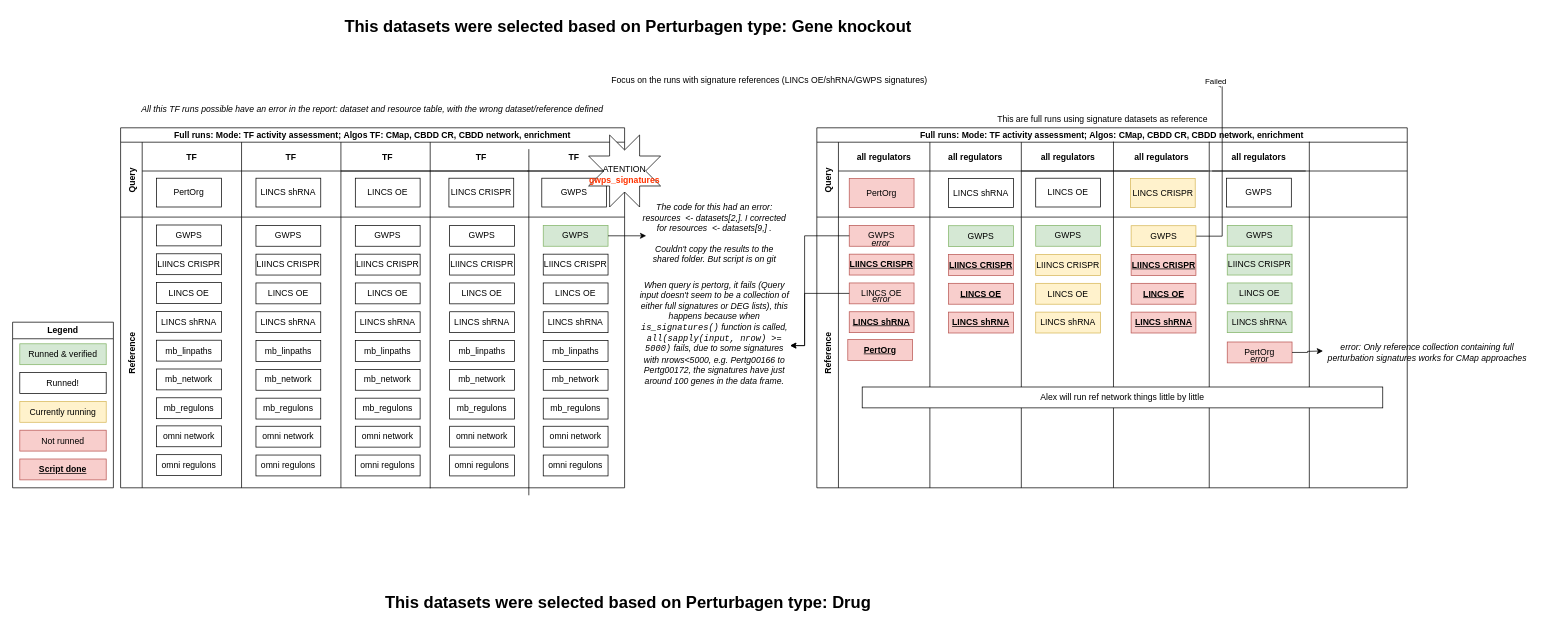
Before: run_results_tracker.drawio in mivgomes/drawio, a draw.io diagram. Source tidied: cells renumbered, new cells numbered last; positions are measured from the earlier drawing's top-left corner, leaving out a move shared by most shapes. Both pictures are drawn from the tidied source at 72%, with x=0, y=0 at pixel (12, 12).
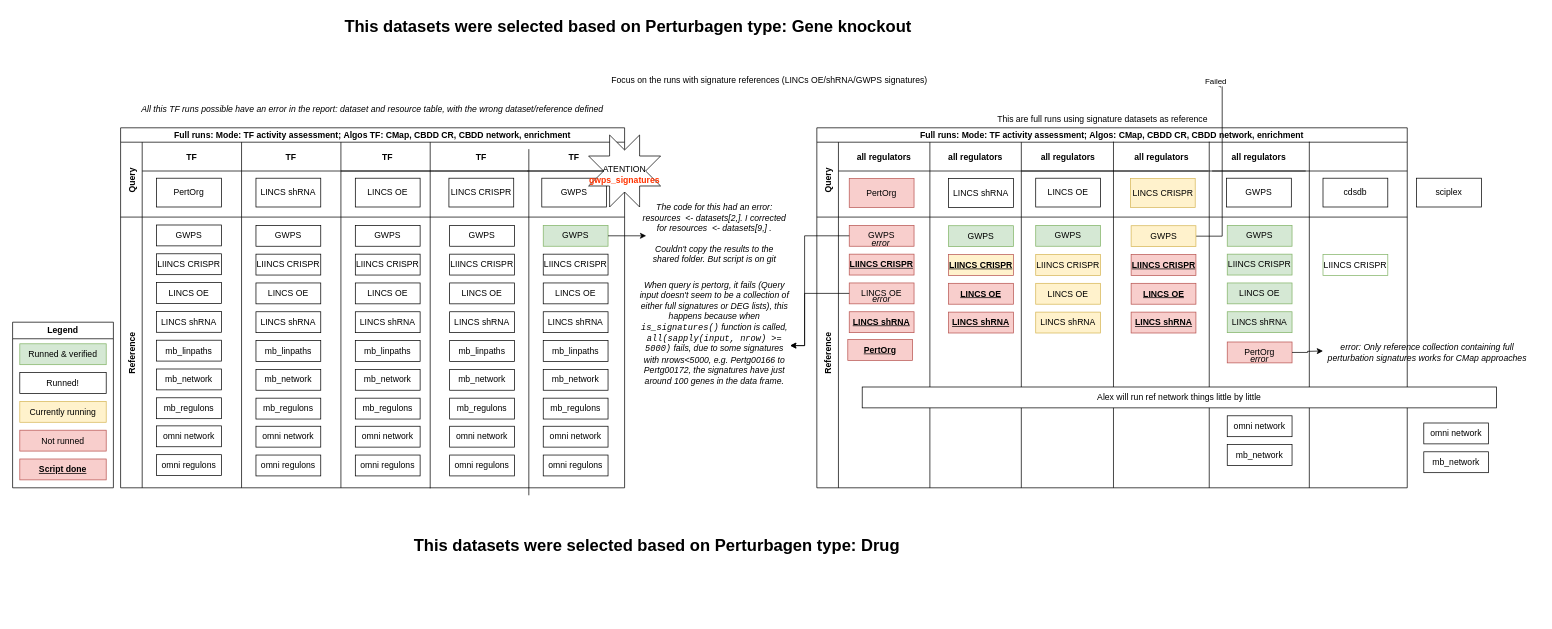
The same page after the edit.

Unchanged cells that the change refers to:
```xml
<mxCell id="76" style="swimlane;swimlaneHead=0;swimlaneBody=0;fillColor=none;startSize=40;fontStyle=1;" parent="73" vertex="1">
  <mxGeometry x="284" width="536" height="104" as="geometry" />
</mxCell>
<mxCell id="83" style="swimlane;swimlaneHead=0;swimlaneBody=0;fillColor=none;startSize=0;fontStyle=1;" parent="80" vertex="1">
  <mxGeometry x="157" width="127" height="376" as="geometry" />
</mxCell>
<mxCell id="95" style="swimlane;swimlaneHead=0;swimlaneBody=0;fillColor=none;startSize=0;fontStyle=1;" parent="80" vertex="1">
  <mxGeometry x="284" width="536" height="376" as="geometry" />
</mxCell>
```

What changed in the source:
```diff
@@
+    <mxCell id="138" value="cdsdb" style="rounded=0;whiteSpace=wrap;html=1;" parent="76" vertex="1">
+      <mxGeometry x="419" y="50" width="90" height="40" as="geometry" />
+    </mxCell>
@@
-    <mxCell id="91" value="LIINCS CRISPR" style="rounded=0;whiteSpace=wrap;html=1;fillColor=#f8cecc;strokeColor=#b85450;fontStyle=5;" parent="83" vertex="1">
+    <mxCell id="91" value="LIINCS CRISPR" style="rounded=0;whiteSpace=wrap;html=1;fillColor=#FFF2CC;strokeColor=#b85450;fontStyle=5;" parent="83" vertex="1">
       <mxGeometry x="26" y="52" width="90" height="29" as="geometry" />
     </mxCell>
@@
     <mxCell id="120" value="&lt;span style=&quot;text-align: left;&quot;&gt;Alex will run ref network things little by little&lt;/span&gt;" style="rounded=0;whiteSpace=wrap;html=1;" parent="95" vertex="1">
-      <mxGeometry x="-221" y="236" width="723" height="29" as="geometry" />
+      <mxGeometry x="-221" y="236" width="881" height="29" as="geometry" />
     </mxCell>
+    <mxCell id="139" value="LIINCS CRISPR" style="rounded=0;whiteSpace=wrap;html=1;fillColor=#FFFFFF;strokeColor=#82b366;" parent="95" vertex="1">
+      <mxGeometry x="419" y="52" width="90" height="29" as="geometry" />
+    </mxCell>
+    <mxCell id="140" value="omni network" style="rounded=0;whiteSpace=wrap;html=1;" parent="95" vertex="1">
+      <mxGeometry x="286" y="276" width="90" height="29" as="geometry" />
+    </mxCell>
+    <mxCell id="141" value="mb_network" style="rounded=0;whiteSpace=wrap;html=1;" parent="95" vertex="1">
+      <mxGeometry x="286" y="316" width="90" height="29" as="geometry" />
+    </mxCell>
@@
     <mxCell id="137" value="This datasets were selected based on Perturbagen type: Drug" style="text;html=1;align=center;verticalAlign=middle;whiteSpace=wrap;rounded=0;fontStyle=1;fontSize=23;" parent="1" vertex="1">
-      <mxGeometry x="410" y="800" width="890" height="40" as="geometry" />
+      <mxGeometry x="450" y="720" width="890" height="40" as="geometry" />
     </mxCell>
+    <mxCell id="142" value="omni network" style="rounded=0;whiteSpace=wrap;html=1;" parent="1" vertex="1">
+      <mxGeometry x="1960" y="570" width="90" height="29" as="geometry" />
+    </mxCell>
+    <mxCell id="143" value="mb_network" style="rounded=0;whiteSpace=wrap;html=1;" parent="1" vertex="1">
+      <mxGeometry x="1960" y="610" width="90" height="29" as="geometry" />
+    </mxCell>
+    <mxCell id="144" value="sciplex" style="rounded=0;whiteSpace=wrap;html=1;" parent="1" vertex="1">
+      <mxGeometry x="1950" y="230" width="90" height="40" as="geometry" />
+    </mxCell>
```
